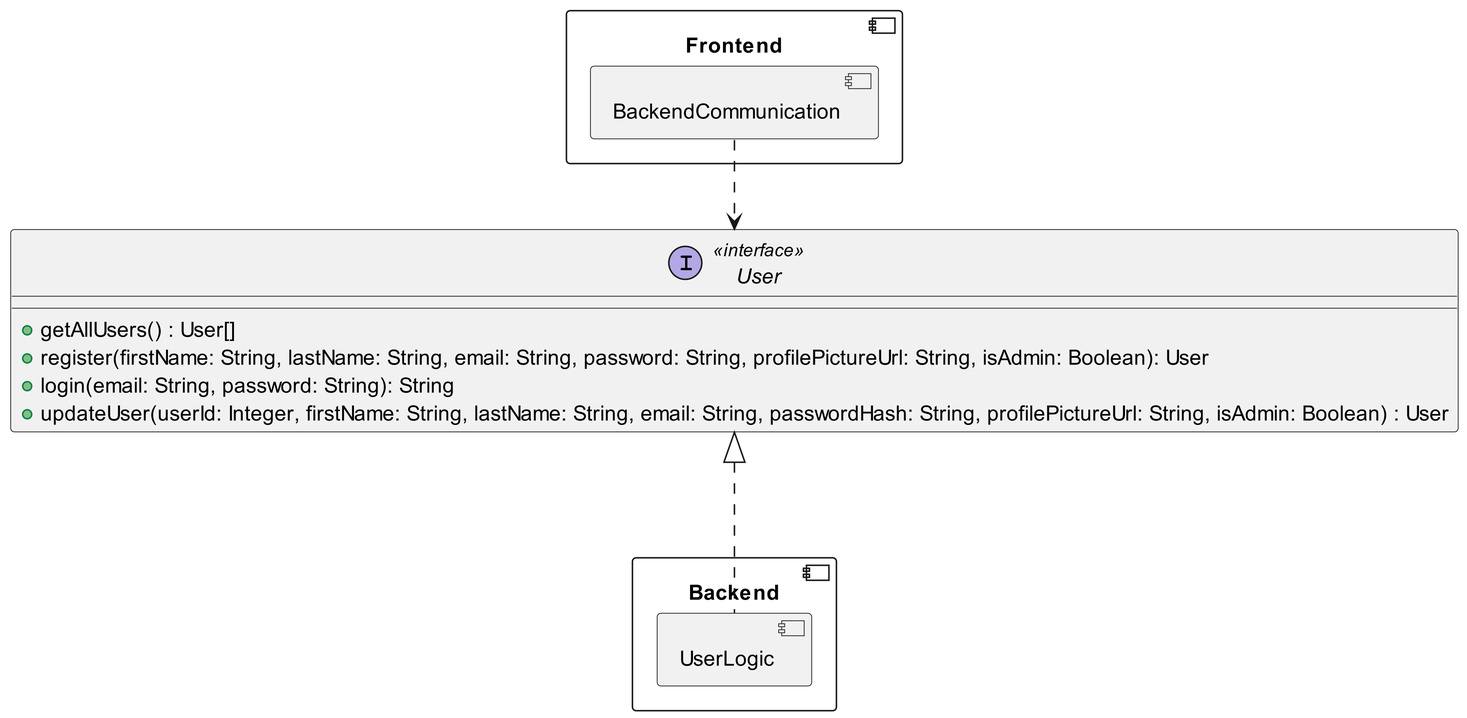
The PlantUML diagram backend/Users/media/api1.png in RadekBucki/OpinionCollectorArchitecture, before a commit. Its diagram source:
```plantuml
@startuml
component Frontend {
    component BackendCommunication {
    }
}

component Backend {
    component UserLogic {
    }
}

interface User <<interface>> {
    + getAllUsers() : User[]
    + register(firstName: String, lastName: String, email: String, password: String, profilePictureUrl: String, isAdmin: Boolean): User
    + login(email: String, password: String): String
    + updateUser(userId: Integer, firstName: String, lastName: String, email: String, passwordHash: String, profilePictureUrl: String, isAdmin: Boolean) : User
}

BackendCommunication ..>   User
User                 <|... UserLogic

@enduml
```
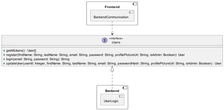
The same diagram one commit later.

Diff of the diagram source:
```diff
@@ -9,14 +9,14 @@
     }
 }
 
-interface User <<interface>> {
+interface Users <<interface>> {
     + getAllUsers() : User[]
     + register(firstName: String, lastName: String, email: String, password: String, profilePictureUrl: String, isAdmin: Boolean): User
     + login(email: String, password: String): String
     + updateUser(userId: Integer, firstName: String, lastName: String, email: String, passwordHash: String, profilePictureUrl: String, isAdmin: Boolean) : User
 }
 
-BackendCommunication ..>   User
-User                 <|... UserLogic
+BackendCommunication ..>   Users
+Users                 <|... UserLogic
 
 @enduml
```
